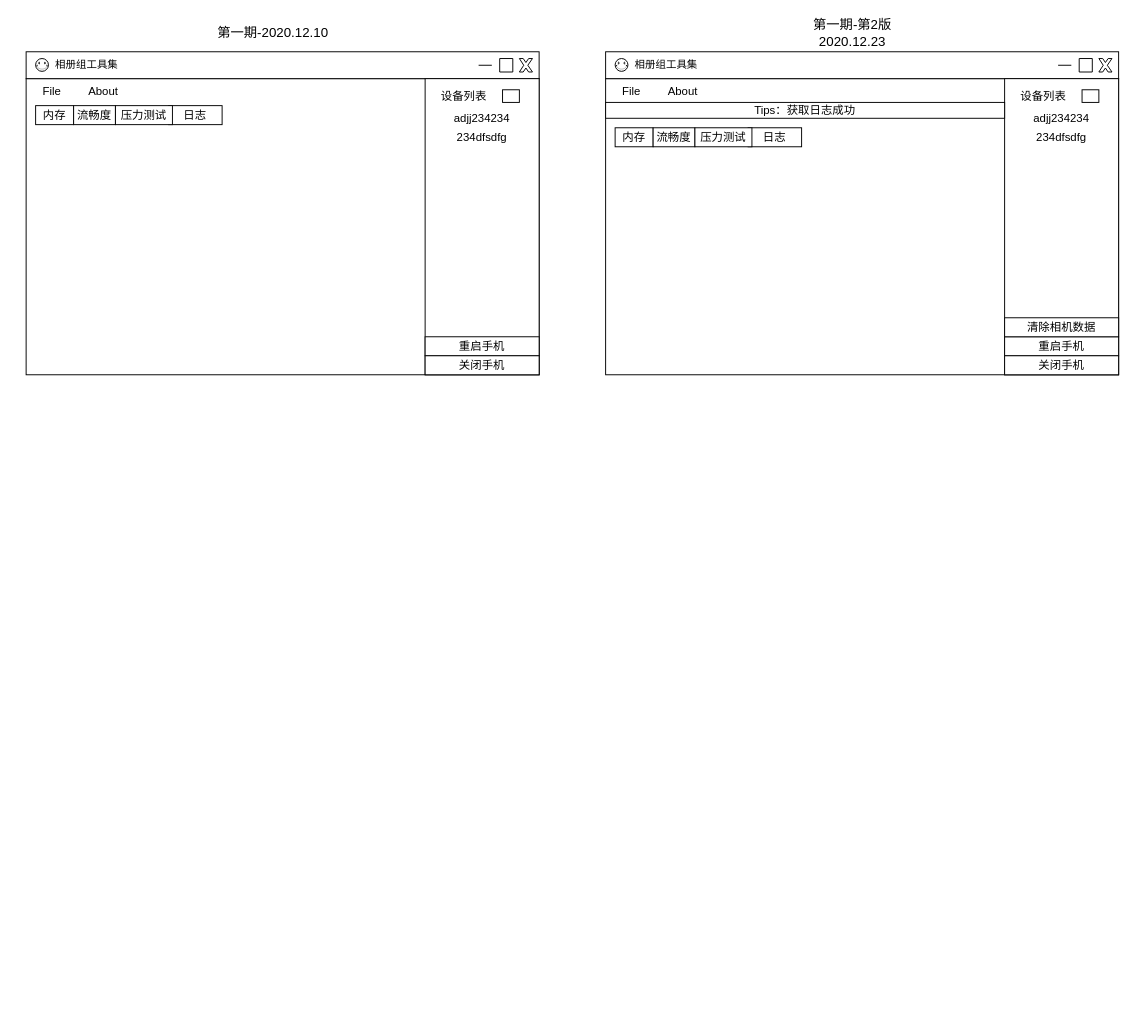
This is xiaomi_pc_tools.drawio from cadi2015/drawIO, a draw.io file, before an edit. Source tidied: cells renumbered, new cells numbered last; positions are measured from the earlier drawing's top-left corner, leaving out a move shared by most shapes. Both pictures are drawn from the tidied source at 95%, with x=0, y=0 at pixel (26, 23).
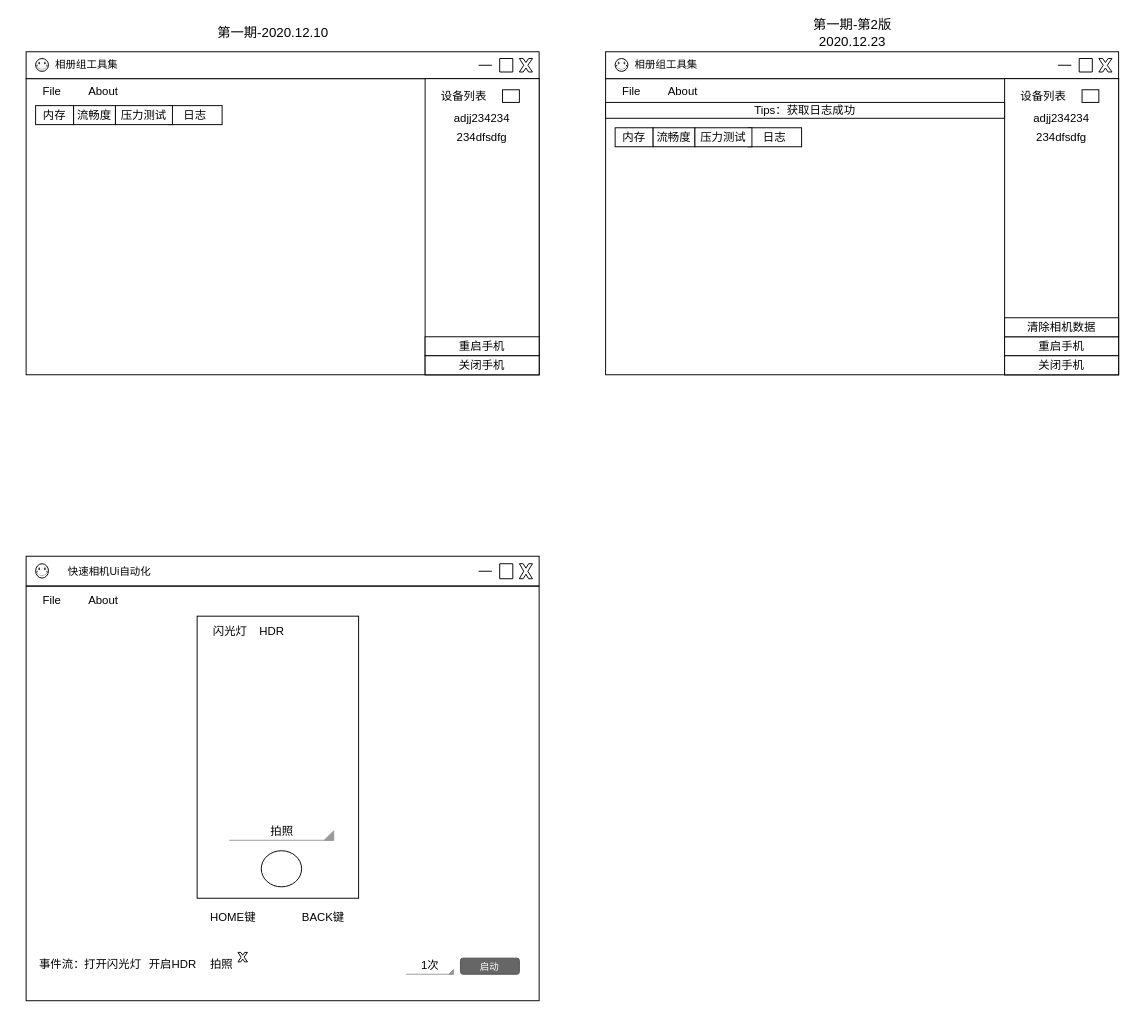
After the change.

Change to the diagram source:
```diff
@@
+    <mxCell id="48" style="group;" parent="1" vertex="1">
+      <mxGeometry y="561" width="540" height="479" as="geometry" />
+    </mxCell>
+    <mxCell id="49" style="rounded=0;whiteSpace=wrap;html=1;" parent="48" vertex="1">
+      <mxGeometry y="31.6" width="540" height="436.3" as="geometry" />
+    </mxCell>
+    <mxCell id="50" style="rounded=0;whiteSpace=wrap;html=1;" parent="48" vertex="1">
+      <mxGeometry width="540" height="31.2" as="geometry" />
+    </mxCell>
+    <mxCell id="51" style="verticalLabelPosition=bottom;verticalAlign=top;html=1;shape=mxgraph.basic.x;" parent="48" vertex="1">
+      <mxGeometry x="519.2" y="7.9" width="13.8" height="15.8" as="geometry" />
+    </mxCell>
+    <mxCell id="52" style="verticalLabelPosition=bottom;verticalAlign=top;html=1;shape=mxgraph.basic.rect;fillColor2=none;strokeWidth=1;size=20;indent=5;" parent="48" vertex="1">
+      <mxGeometry x="498.5" y="7.9" width="13.8" height="15.8" as="geometry" />
+    </mxCell>
+    <mxCell id="53" style="endArrow=none;html=1;" parent="48" edge="1">
+      <mxGeometry relative="1" as="geometry">
+        <mxPoint x="476.3" y="15.8" as="sourcePoint" />
+        <mxPoint x="490.2" y="15.8" as="targetPoint" />
+      </mxGeometry>
+    </mxCell>
+    <mxCell id="54" value="&lt;span style=&quot;font-size: 11px&quot;&gt;快速相机Ui自动化&lt;/span&gt;" style="text;html=1;strokeColor=none;fillColor=none;align=center;verticalAlign=middle;whiteSpace=wrap;rounded=0;" parent="48" vertex="1">
+      <mxGeometry x="24.5" width="125.5" height="31.6" as="geometry" />
+    </mxCell>
+    <mxCell id="55" value="File" style="text;html=1;strokeColor=none;fillColor=none;align=center;verticalAlign=middle;whiteSpace=wrap;rounded=0;" parent="48" vertex="1">
+      <mxGeometry y="31.6" width="55.4" height="31.6" as="geometry" />
+    </mxCell>
+    <mxCell id="56" value="About" style="text;html=1;strokeColor=none;fillColor=none;align=center;verticalAlign=middle;whiteSpace=wrap;rounded=0;" parent="48" vertex="1">
+      <mxGeometry x="54" y="31.6" width="55.4" height="31.6" as="geometry" />
+    </mxCell>
+    <mxCell id="57" style="verticalLabelPosition=bottom;verticalAlign=top;html=1;shape=mxgraph.basic.smiley;" parent="48" vertex="1">
+      <mxGeometry x="10" y="7.9" width="13.5" height="15.1" as="geometry" />
+    </mxCell>
+    <mxCell id="58" style="rounded=0;whiteSpace=wrap;html=1;" parent="48" vertex="1">
+      <mxGeometry x="180" y="63.1" width="170" height="296.9" as="geometry" />
+    </mxCell>
+    <mxCell id="59" style="verticalLabelPosition=bottom;verticalAlign=top;html=1;shape=mxgraph.basic.donut;dx=25;" parent="48" vertex="1">
+      <mxGeometry x="247.5" y="310" width="42.5" height="38" as="geometry" />
+    </mxCell>
+    <mxCell id="60" value="HOME键" style="text;html=1;strokeColor=none;fillColor=none;align=center;verticalAlign=middle;whiteSpace=wrap;rounded=0;" parent="48" vertex="1">
+      <mxGeometry x="187.5" y="369" width="60" height="22.3" as="geometry" />
+    </mxCell>
+    <mxCell id="61" value="BACK键" style="text;html=1;strokeColor=none;fillColor=none;align=center;verticalAlign=middle;whiteSpace=wrap;rounded=0;" parent="48" vertex="1">
+      <mxGeometry x="282.5" y="369" width="60" height="22.3" as="geometry" />
+    </mxCell>
+    <mxCell id="62" value="拍照" style="strokeWidth=1;html=1;shadow=0;dashed=0;shape=mxgraph.android.spinner2;align=center;fillColor=#999999;strokeColor=#999999;verticalAlign=bottom;" parent="48" vertex="1">
+      <mxGeometry x="213.8" y="289" width="110" height="10" as="geometry" />
+    </mxCell>
+    <mxCell id="63" value="事件流：" style="text;html=1;strokeColor=none;fillColor=none;align=center;verticalAlign=middle;whiteSpace=wrap;rounded=0;" parent="48" vertex="1">
+      <mxGeometry x="-10" y="409" width="96" height="41" as="geometry" />
+    </mxCell>
+    <mxCell id="64" value="打开闪光灯" style="text;html=1;strokeColor=none;fillColor=none;align=center;verticalAlign=middle;whiteSpace=wrap;rounded=0;" parent="48" vertex="1">
+      <mxGeometry x="55.4" y="419.5" width="73" height="20" as="geometry" />
+    </mxCell>
+    <mxCell id="65" value="开启HDR" style="text;html=1;strokeColor=none;fillColor=none;align=center;verticalAlign=middle;whiteSpace=wrap;rounded=0;" parent="48" vertex="1">
+      <mxGeometry x="118.4" y="419.5" width="73" height="20" as="geometry" />
+    </mxCell>
+    <mxCell id="66" value="拍照" style="text;html=1;strokeColor=none;fillColor=none;align=center;verticalAlign=middle;whiteSpace=wrap;rounded=0;" parent="48" vertex="1">
+      <mxGeometry x="185.5" y="419.5" width="40" height="20" as="geometry" />
+    </mxCell>
+    <mxCell id="67" value="闪光灯" style="text;html=1;strokeColor=none;fillColor=none;align=center;verticalAlign=middle;whiteSpace=wrap;rounded=0;" parent="48" vertex="1">
+      <mxGeometry x="190" y="69" width="50" height="20" as="geometry" />
+    </mxCell>
+    <mxCell id="68" value="HDR" style="text;html=1;strokeColor=none;fillColor=none;align=center;verticalAlign=middle;whiteSpace=wrap;rounded=0;" parent="48" vertex="1">
+      <mxGeometry x="239" y="69" width="40" height="20" as="geometry" />
+    </mxCell>
+    <mxCell id="69" value="1次" style="strokeWidth=1;html=1;shadow=0;dashed=0;shape=mxgraph.android.spinner2;align=center;fillColor=#999999;strokeColor=#999999;verticalAlign=bottom;" parent="48" vertex="1">
+      <mxGeometry x="400" y="430" width="50" height="10" as="geometry" />
+    </mxCell>
+    <mxCell id="70" value="启动" style="rounded=1;html=1;shadow=0;dashed=0;whiteSpace=wrap;fontSize=10;fillColor=#666666;align=center;strokeColor=#4D4D4D;fontColor=#ffffff;" parent="48" vertex="1">
+      <mxGeometry x="457.2" y="423.1" width="62" height="16.9" as="geometry" />
+    </mxCell>
+    <mxCell id="71" style="verticalLabelPosition=bottom;verticalAlign=top;html=1;shape=mxgraph.basic.x;" parent="48" vertex="1">
+      <mxGeometry x="223" y="417" width="10" height="10" as="geometry" />
+    </mxCell>
```
